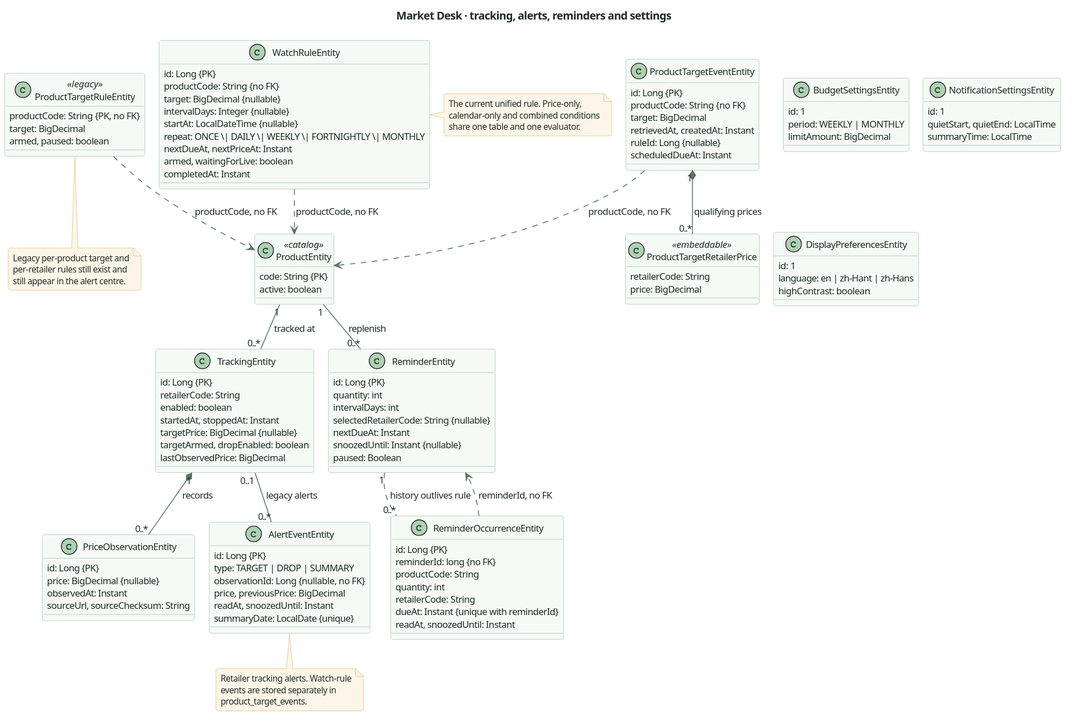
LamHeiKit230208993/CS3383-Project keeps this PlantUML diagram as docs/guide/system-guide/diagrams/domain-tracking.svg. Above is the earlier version.
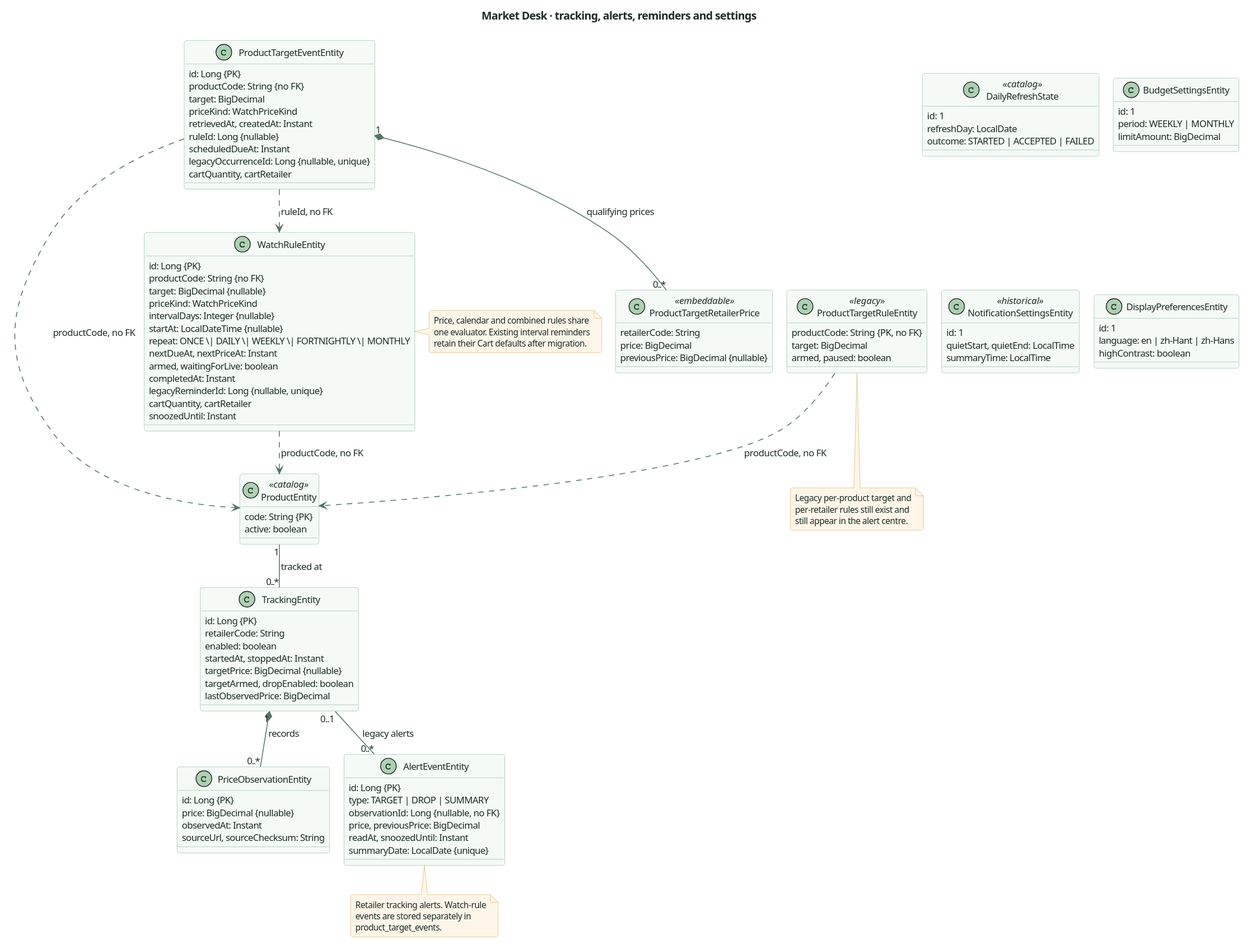
Later version of the same file.

What changed in the source:
```diff
@@ -55,12 +55,16 @@
   id: Long {PK}
   productCode: String {no FK}
   target: BigDecimal {nullable}
+  priceKind: WatchPriceKind
   intervalDays: Integer {nullable}
   startAt: LocalDateTime {nullable}
   repeat: ONCE \| DAILY \| WEEKLY \| FORTNIGHTLY \| MONTHLY
   nextDueAt, nextPriceAt: Instant
   armed, waitingForLive: boolean
   completedAt: Instant
+  legacyReminderId: Long {nullable, unique}
+  cartQuantity, cartRetailer
+  snoozedUntil: Instant
 }
 
 class ProductTargetRuleEntity <<legacy>> {
@@ -73,34 +77,24 @@
   id: Long {PK}
   productCode: String {no FK}
   target: BigDecimal
+  priceKind: WatchPriceKind
   retrievedAt, createdAt: Instant
   ruleId: Long {nullable}
   scheduledDueAt: Instant
+  legacyOccurrenceId: Long {nullable, unique}
+  cartQuantity, cartRetailer
 }
 
 class ProductTargetRetailerPrice <<embeddable>> {
   retailerCode: String
   price: BigDecimal
+  previousPrice: BigDecimal {nullable}
 }
 
-class ReminderEntity {
-  id: Long {PK}
-  quantity: int
-  intervalDays: int
-  selectedRetailerCode: String {nullable}
-  nextDueAt: Instant
-  snoozedUntil: Instant {nullable}
-  paused: Boolean
-}
-
-class ReminderOccurrenceEntity {
-  id: Long {PK}
-  reminderId: long {no FK}
-  productCode: String
-  quantity: int
-  retailerCode: String
-  dueAt: Instant {unique with reminderId}
-  readAt, snoozedUntil: Instant
+class DailyRefreshState <<catalog>> {
+  id: 1
+  refreshDay: LocalDate
+  outcome: STARTED | ACCEPTED | FAILED
 }
 
 class BudgetSettingsEntity {
@@ -109,7 +103,7 @@
   limitAmount: BigDecimal
 }
 
-class NotificationSettingsEntity {
+class NotificationSettingsEntity <<historical>> {
   id: 1
   quietStart, quietEnd: LocalTime
   summaryTime: LocalTime
@@ -124,18 +118,16 @@
 ProductEntity "1" -- "0..*" TrackingEntity : tracked at
 TrackingEntity "1" *-- "0..*" PriceObservationEntity : records
 TrackingEntity "0..1" -- "0..*" AlertEventEntity : legacy alerts
-ProductEntity "1" -- "0..*" ReminderEntity : replenish
-ReminderEntity "1" .. "0..*" ReminderOccurrenceEntity : history outlives rule
 WatchRuleEntity ..> ProductEntity : productCode, no FK
 ProductTargetRuleEntity ..> ProductEntity : productCode, no FK
 ProductTargetEventEntity ..> ProductEntity : productCode, no FK
 ProductTargetEventEntity "1" *-- "0..*" ProductTargetRetailerPrice : qualifying prices
-ReminderOccurrenceEntity ..> ReminderEntity : reminderId, no FK
+ProductTargetEventEntity ..> WatchRuleEntity : ruleId, no FK
 
 note right of WatchRuleEntity
-  The current unified rule. Price-only,
-  calendar-only and combined conditions
-  share one table and one evaluator.
+  Price, calendar and combined rules share
+  one evaluator. Existing interval reminders
+  retain their Cart defaults after migration.
 end note
 
 note bottom of ProductTargetRuleEntity
```
